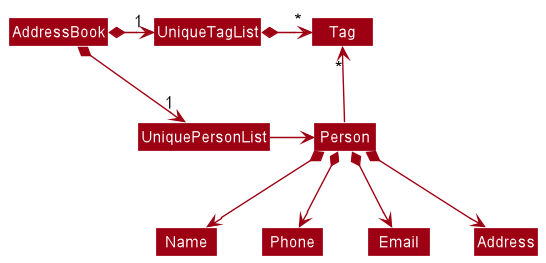
Earlier version of the PlantUML export docs/images/BetterModelClassDiagram.png (ruoyann/tp).
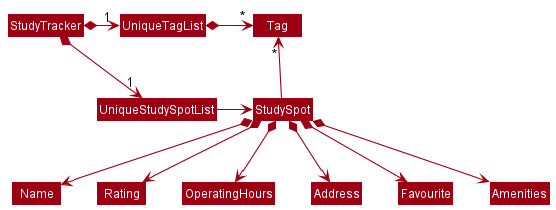
Above is the later version.

Diff of the diagram source:
```diff
@@ -4,18 +4,20 @@
 skinparam arrowColor MODEL_COLOR
 skinparam classBackgroundColor MODEL_COLOR
 
-AddressBook *-right-> "1" UniquePersonList
-AddressBook *-right-> "1" UniqueTagList
-UniqueTagList -[hidden]down- UniquePersonList
-UniqueTagList -[hidden]down- UniquePersonList
+StudyTracker *-right-> "1" UniqueStudySpotList
+StudyTracker *-right-> "1" UniqueTagList
+UniqueTagList -[hidden]down- UniqueStudySpotList
+UniqueTagList -[hidden]down- UniqueStudySpotList
 
 UniqueTagList *-right-> "*" Tag
-UniquePersonList -right-> Person
+UniqueStudySpotList -right-> StudySpot
 
-Person -up-> "*" Tag
+StudySpot -up-> "*" Tag
 
-Person *--> Name
-Person *--> Phone
-Person *--> Email
-Person *--> Address
+StudySpot *--> Name
+StudySpot *--> Rating
+StudySpot *--> OperatingHours
+StudySpot *--> Address
+StudySpot *--> Favourite
+StudySpot *--> Amenities
 @enduml
```
